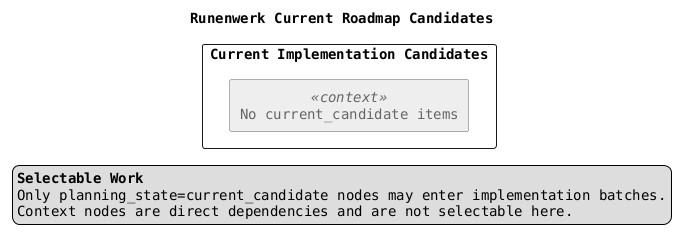
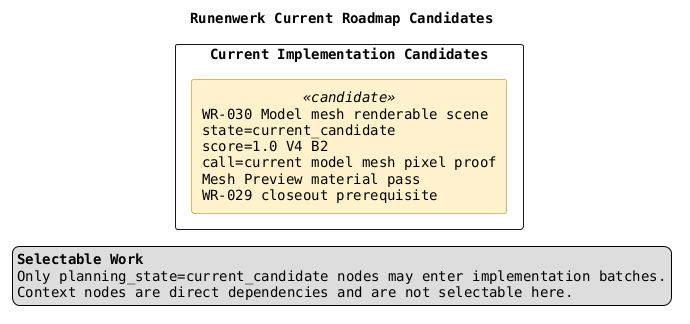
@startuml
title Runenwerk Current Roadmap Candidates

top to bottom direction
skinparam componentStyle rectangle
skinparam shadowing false
skinparam packageStyle rectangle
skinparam defaultFontName Monospaced

skinparam component {
  BackgroundColor<<candidate>> #FFF2CC
  BorderColor<<candidate>> #AA7700
  BackgroundColor<<context>> #EEEEEE
  BorderColor<<context>> #666666
  FontColor<<context>> #666666
}

legend right
  <b>Selectable Work</b>
  Only planning_state=current_candidate nodes may enter implementation batches.
  Context nodes are direct dependencies and are not selectable here.
endlegend

package "Current Implementation Candidates" {
-   component "No current_candidate items" as NO_CANDIDATES <<context>>
+   component "WR-030 Model mesh renderable scene\nstate=current_candidate\nscore=1.0 V4 B2\ncall=current model mesh pixel proof\nMesh Preview material pass\nWR-029 closeout prerequisite" as MESHRND <<candidate>>

}


@enduml
